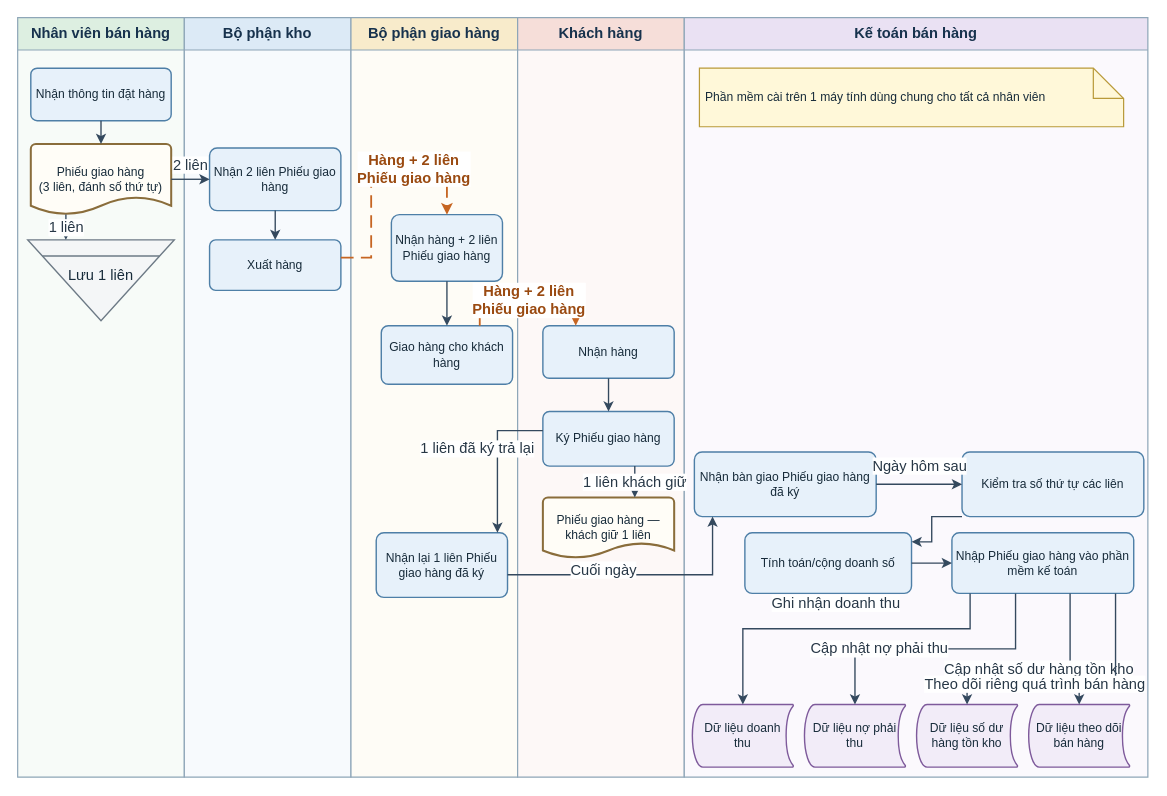
This is assets/drawio/11_sales_flow.drawio from saigonbaddielover/thtrang, a draw.io file, before an edit. Source tidied: cells renumbered, new cells numbered last; positions are measured from the earlier drawing's top-left corner, leaving out a move shared by most shapes. Both pictures are drawn from the tidied source at 101%, with x=0, y=0 at pixel (17, 17).
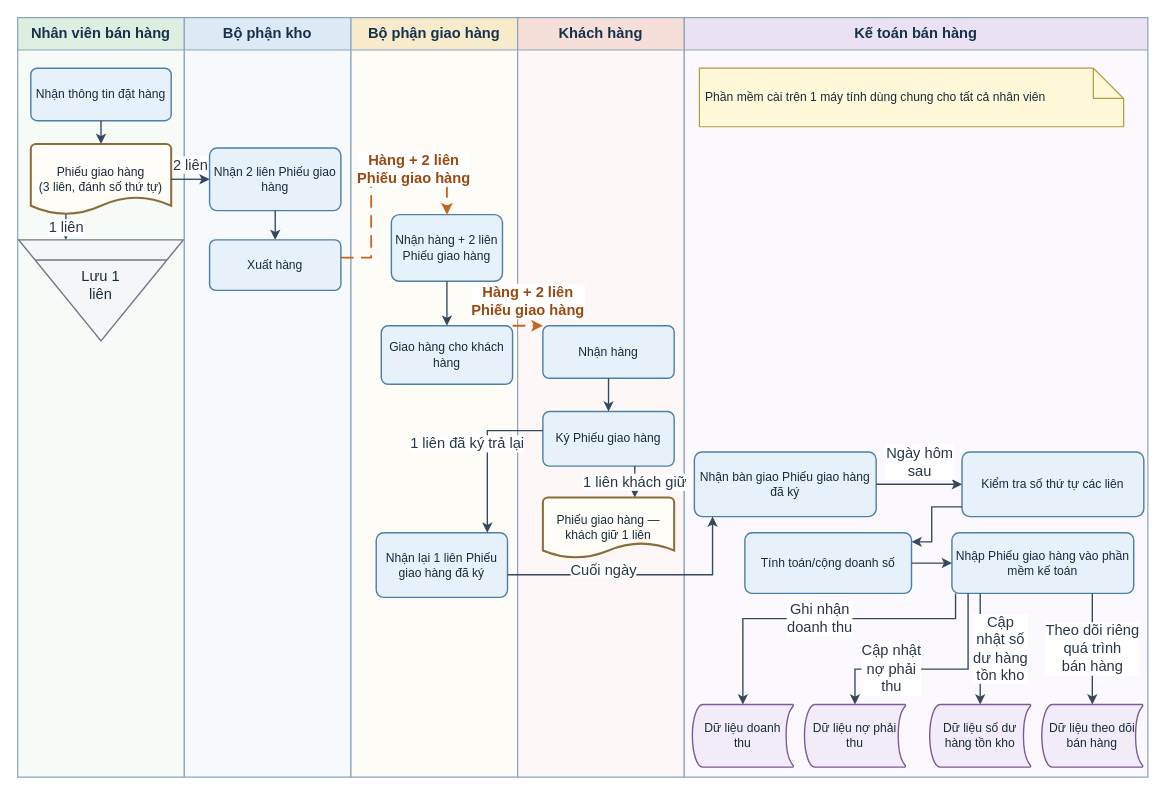
After the change.

Commit message (it also covers changes not shown here):
fix(drawio): simplify sales flow routing

The change refers to these unchanged cells:
```xml
<mxCell id="2" value="Nhân viên bán hàng" style="swimlane;horizontal=1;startSize=32;html=1;whiteSpace=wrap;fontFamily=Arial;fontSize=14.5;fontStyle=1;fontColor=#17324D;align=center;verticalAlign=middle;rounded=0;fillColor=#DDEFE1;swimlaneFillColor=#F7FBF8;strokeColor=#8EA6B8;strokeWidth=1.2;" parent="1" vertex="1">
  <mxGeometry width="165" height="752" as="geometry" />
</mxCell>
<mxCell id="6" value="Kế toán bán hàng" style="swimlane;horizontal=1;startSize=32;html=1;whiteSpace=wrap;fontFamily=Arial;fontSize=14.5;fontStyle=1;fontColor=#17324D;align=center;verticalAlign=middle;rounded=0;fillColor=#EAE1F3;swimlaneFillColor=#FBF9FD;strokeColor=#8EA6B8;strokeWidth=1.2;" parent="1" vertex="1">
  <mxGeometry x="660" width="459" height="752" as="geometry" />
</mxCell>
<mxCell id="8" value="Phiếu giao hàng&lt;br&gt;(3 liên, đánh số thứ tự)" style="shape=mxgraph.flowchart.document2;size=0.25;html=1;whiteSpace=wrap;fontFamily=Arial;align=center;verticalAlign=middle;fontColor=#172B3A; fontSize=14.5;spacing=4;fillColor=#FFFDF7;strokeColor=#8A6D3B;strokeWidth=2;" parent="2" vertex="1">
  <mxGeometry x="13" y="125" width="139" height="70" as="geometry" />
</mxCell>
<mxCell id="13" value="Giao hàng cho khách hàng" style="rounded=1;arcSize=12;html=1;whiteSpace=wrap;fontFamily=Arial;align=center;verticalAlign=middle;fontColor=#172B3A; fontSize=14.5;spacing=5;fillColor=#E7F1FA;strokeColor=#4E7FA7;strokeWidth=1.4;" parent="4" vertex="1">
  <mxGeometry x="30" y="305" width="130" height="58" as="geometry" />
</mxCell>
<mxCell id="14" value="Nhận lại 1 liên Phiếu giao hàng đã ký" style="rounded=1;arcSize=12;html=1;whiteSpace=wrap;fontFamily=Arial;align=center;verticalAlign=middle;fontColor=#172B3A; fontSize=14.5;spacing=5;fillColor=#E7F1FA;strokeColor=#4E7FA7;strokeWidth=1.4;" parent="4" vertex="1">
  <mxGeometry x="25" y="510" width="130" height="64" as="geometry" />
</mxCell>
<mxCell id="15" value="Nhận hàng" style="rounded=1;arcSize=12;html=1;whiteSpace=wrap;fontFamily=Arial;align=center;verticalAlign=middle;fontColor=#172B3A; fontSize=14.5;spacing=5;fillColor=#E7F1FA;strokeColor=#4E7FA7;strokeWidth=1.4;" parent="5" vertex="1">
  <mxGeometry x="25" y="305" width="130" height="52" as="geometry" />
</mxCell>
<mxCell id="16" value="Ký Phiếu giao hàng" style="rounded=1;arcSize=12;html=1;whiteSpace=wrap;fontFamily=Arial;align=center;verticalAlign=middle;fontColor=#172B3A; fontSize=14.5;spacing=5;fillColor=#E7F1FA;strokeColor=#4E7FA7;strokeWidth=1.4;" parent="5" vertex="1">
  <mxGeometry x="25" y="390" width="130" height="54" as="geometry" />
</mxCell>
<mxCell id="18" value="Nhận bàn giao Phiếu giao hàng đã ký" style="rounded=1;arcSize=12;html=1;whiteSpace=wrap;fontFamily=Arial;align=center;verticalAlign=middle;fontColor=#172B3A; fontSize=14.5;spacing=5;fillColor=#E7F1FA;strokeColor=#4E7FA7;strokeWidth=1.4;" parent="6" vertex="1">
  <mxGeometry x="10" y="430" width="180" height="64" as="geometry" />
</mxCell>
<mxCell id="19" value="Kiểm tra số thứ tự các liên" style="rounded=1;arcSize=12;html=1;whiteSpace=wrap;fontFamily=Arial;align=center;verticalAlign=middle;fontColor=#172B3A; fontSize=14.5;spacing=5;fillColor=#E7F1FA;strokeColor=#4E7FA7;strokeWidth=1.4;" parent="6" vertex="1">
  <mxGeometry x="275" y="430" width="180" height="64" as="geometry" />
</mxCell>
<mxCell id="20" value="Tính toán/cộng doanh số" style="rounded=1;arcSize=12;html=1;whiteSpace=wrap;fontFamily=Arial;align=center;verticalAlign=middle;fontColor=#172B3A; fontSize=14.5;spacing=5;fillColor=#E7F1FA;strokeColor=#4E7FA7;strokeWidth=1.4;" parent="6" vertex="1">
  <mxGeometry x="60" y="510" width="165" height="60" as="geometry" />
</mxCell>
<mxCell id="21" value="Nhập Phiếu giao hàng vào phần mềm kế toán" style="rounded=1;arcSize=12;html=1;whiteSpace=wrap;fontFamily=Arial;align=center;verticalAlign=middle;fontColor=#172B3A; fontSize=14.5;spacing=5;fillColor=#E7F1FA;strokeColor=#4E7FA7;strokeWidth=1.4;" parent="6" vertex="1">
  <mxGeometry x="265" y="510" width="180" height="60" as="geometry" />
</mxCell>
<mxCell id="22" value="Dữ liệu doanh thu" style="shape=mxgraph.flowchart.stored_data;html=1;whiteSpace=wrap;fontFamily=Arial;align=center;verticalAlign=middle;fontColor=#172B3A; fontSize=14.5;spacing=4;fillColor=#F2ECF8;strokeColor=#7E5A9B;strokeWidth=1.4;" parent="6" vertex="1">
  <mxGeometry x="8" y="680" width="100" height="62" as="geometry" />
</mxCell>
<mxCell id="23" value="Dữ liệu nợ phải thu" style="shape=mxgraph.flowchart.stored_data;html=1;whiteSpace=wrap;fontFamily=Arial;align=center;verticalAlign=middle;fontColor=#172B3A; fontSize=14.5;spacing=4;fillColor=#F2ECF8;strokeColor=#7E5A9B;strokeWidth=1.4;" parent="6" vertex="1">
  <mxGeometry x="119" y="680" width="100" height="62" as="geometry" />
</mxCell>
```

Change to the diagram source:
```diff
@@
-    <mxCell id="9" value="Lưu 1 liên" style="shape=mxgraph.dfd.archive;html=1;whiteSpace=wrap;fontFamily=Arial;align=center;verticalLabelPosition=middle;verticalAlign=middle;fontColor=#172B3A;fontSize=14.5;spacing=4;spacingBottom=10;fillColor=#F4F6F7;strokeColor=#6D7A86;strokeWidth=1.4;" parent="2" vertex="1">
-      <mxGeometry x="10" y="220" width="145" height="80" as="geometry" />
+    <mxCell id="9" value="Lưu 1&lt;br&gt;liên" style="shape=mxgraph.dfd.archive;html=1;whiteSpace=wrap;fontFamily=Arial;align=center;verticalLabelPosition=middle;verticalAlign=middle;fontColor=#172B3A;fontSize=14.5;spacing=4;spacingBottom=10;fillColor=#F4F6F7;strokeColor=#6D7A86;strokeWidth=1.4;" parent="2" vertex="1">
+      <mxGeometry x="1" y="220" width="163" height="100" as="geometry" />
     </mxCell>
@@
     <mxCell id="24" value="Dữ liệu số dư hàng tồn kho" style="shape=mxgraph.flowchart.stored_data;html=1;whiteSpace=wrap;fontFamily=Arial;align=center;verticalAlign=middle;fontColor=#172B3A; fontSize=14.5;spacing=4;fillColor=#F2ECF8;strokeColor=#7E5A9B;strokeWidth=1.4;" parent="6" vertex="1">
-      <mxGeometry x="230" y="680" width="100" height="62" as="geometry" />
+      <mxGeometry x="243" y="680" width="100" height="62" as="geometry" />
     </mxCell>
     <mxCell id="25" value="Dữ liệu theo dõi bán hàng" style="shape=mxgraph.flowchart.stored_data;html=1;whiteSpace=wrap;fontFamily=Arial;align=center;verticalAlign=middle;fontColor=#172B3A; fontSize=14.5;spacing=4;fillColor=#F2ECF8;strokeColor=#7E5A9B;strokeWidth=1.4;" parent="6" vertex="1">
-      <mxGeometry x="341" y="680" width="100" height="62" as="geometry" />
+      <mxGeometry x="354" y="680" width="100" height="62" as="geometry" />
     </mxCell>
@@
-    <mxCell id="28" value="1 liên" style="edgeStyle=orthogonalEdgeStyle;rounded=0;jettySize=auto;html=1;fontFamily=Arial;fontSize=14.5;fontColor=#273746;labelBackgroundColor=#FFFFFF;strokeColor=#34495E;strokeWidth=1.35;endArrow=classic;endFill=1;exitX=0.25;exitY=1;entryX=0.2603448276;entryY=0;" parent="1" edge="1" source="8" target="9">
+    <mxCell id="28" value="1 liên" style="edgeStyle=orthogonalEdgeStyle;rounded=0;jettySize=auto;html=1;fontFamily=Arial;fontSize=14.5;fontColor=#273746;labelBackgroundColor=#FFFFFF;strokeColor=#34495E;strokeWidth=1.35;endArrow=classic;endFill=1;exitX=0.25;exitY=1;entryX=0.2868098;entryY=0;" parent="1" edge="1" source="8" target="9">
       <mxGeometry relative="1" as="geometry" />
     </mxCell>
@@
-    <mxCell id="33" value="Hàng + 2 liên&lt;br&gt;Phiếu giao hàng" style="edgeStyle=orthogonalEdgeStyle;rounded=0;jettySize=auto;html=1;fontFamily=Arial;fontSize=14.5;fontStyle=1;fontColor=#9A4A11;labelBackgroundColor=#FFFFFF;strokeColor=#C66522;strokeWidth=1.8;dashed=1;dashPattern=7 4;endArrow=classic;endFill=1;exitX=0.75;exitY=0;entryX=0.25;entryY=0;" parent="1" edge="1" source="13" target="15">
+    <mxCell id="33" value="Hàng + 2 liên&lt;br&gt;Phiếu giao hàng" style="edgeStyle=orthogonalEdgeStyle;rounded=0;jettySize=auto;html=1;fontFamily=Arial;fontSize=14.5;fontStyle=1;fontColor=#9A4A11;labelBackgroundColor=#FFFFFF;strokeColor=#C66522;strokeWidth=1.8;dashed=1;dashPattern=7 4;endArrow=classic;endFill=1;exitX=1;exitY=0;entryX=0;entryY=0;" parent="1" edge="1" source="13" target="15">
       <mxGeometry relative="1" as="geometry">
-        <Array as="points">
-          <mxPoint x="457.5" y="280" />
-          <mxPoint x="552.5" y="280" />
-        </Array>
+        <mxPoint y="-24" as="offset" />
       </mxGeometry>
     </mxCell>
@@
-    <mxCell id="36" value="1 liên đã ký trả lại" style="edgeStyle=orthogonalEdgeStyle;rounded=0;jettySize=auto;html=1;fontFamily=Arial;fontSize=14.5;fontColor=#273746;labelBackgroundColor=#FFFFFF;strokeColor=#34495E;strokeWidth=1.35;endArrow=classic;endFill=1;exitX=0;exitY=0.35;entryX=0.9230769;entryY=0;" parent="1" edge="1" source="16" target="14">
+    <mxCell id="36" value="1 liên đã ký trả lại" style="edgeStyle=orthogonalEdgeStyle;rounded=0;jettySize=auto;html=1;fontFamily=Arial;fontSize=14.5;fontColor=#273746;labelBackgroundColor=#FFFFFF;strokeColor=#34495E;strokeWidth=1.35;endArrow=classic;endFill=1;exitX=0;exitY=0.35;entryX=0.8461538;entryY=0;" parent="1" edge="1" source="16" target="14">
       <mxGeometry relative="1" as="geometry">
         <Array as="points">
-          <mxPoint x="475" y="408.9" />
-          <mxPoint x="475" y="475" />
+          <mxPoint x="465" y="408.9" />
+          <mxPoint x="465" y="475" />
         </Array>
         <mxPoint x="-20" y="-10" as="offset" />
       </mxGeometry>
     </mxCell>
@@
-    <mxCell id="38" value="Ngày hôm sau" style="edgeStyle=orthogonalEdgeStyle;rounded=0;jettySize=auto;html=1;fontFamily=Arial;fontSize=14.5;fontColor=#273746;labelBackgroundColor=#FFFFFF;strokeColor=#34495E;strokeWidth=1.35;endArrow=classic;endFill=1;exitX=1;exitY=0.5;entryX=0;entryY=0.5;" parent="1" edge="1" source="18" target="19">
+    <mxCell id="38" value="Ngày hôm&lt;br&gt;sau" style="edgeStyle=orthogonalEdgeStyle;rounded=0;jettySize=auto;html=1;fontFamily=Arial;fontSize=14.5;fontColor=#273746;labelBackgroundColor=#FFFFFF;strokeColor=#34495E;strokeWidth=1.35;endArrow=classic;endFill=1;exitX=1;exitY=0.5;entryX=0;entryY=0.5;" parent="1" edge="1" source="18" target="19">
       <mxGeometry relative="1" as="geometry">
-        <mxPoint y="-18" as="offset" />
+        <mxPoint y="-22" as="offset" />
       </mxGeometry>
     </mxCell>
-    <mxCell id="39" style="edgeStyle=orthogonalEdgeStyle;rounded=0;jettySize=auto;html=1;fontFamily=Arial;fontSize=14.5;fontColor=#273746;labelBackgroundColor=#FFFFFF;strokeColor=#34495E;strokeWidth=1.35;endArrow=classic;endFill=1;exitX=0;exitY=1;entryX=1;entryY=0.15;" parent="1" edge="1" source="19" target="20">
+    <mxCell id="39" style="edgeStyle=orthogonalEdgeStyle;rounded=0;jettySize=auto;html=1;fontFamily=Arial;fontSize=14.5;fontColor=#273746;labelBackgroundColor=#FFFFFF;strokeColor=#34495E;strokeWidth=1.35;endArrow=classic;endFill=1;exitX=0;exitY=0.85;entryX=1;entryY=0.15;" parent="1" edge="1" source="19" target="20">
       <mxGeometry relative="1" as="geometry">
         <Array as="points">
           <mxPoint x="905" y="519" />
         </Array>
       </mxGeometry>
     </mxCell>
@@
-    <mxCell id="41" value="Ghi nhận doanh thu" style="edgeStyle=orthogonalEdgeStyle;rounded=0;jettySize=auto;html=1;fontFamily=Arial;fontSize=14.5;fontColor=#273746;labelBackgroundColor=#FFFFFF;strokeColor=#34495E;strokeWidth=1.35;endArrow=classic;endFill=1;exitX=0.1;exitY=1;entryX=0.5;entryY=0;" parent="1" edge="1" source="21" target="22">
+    <mxCell id="41" value="Ghi nhận&lt;br&gt;doanh thu" style="edgeStyle=orthogonalEdgeStyle;rounded=0;jettySize=auto;html=1;fontFamily=Arial;fontSize=14.5;fontColor=#273746;labelBackgroundColor=#FFFFFF;strokeColor=#34495E;strokeWidth=1.35;endArrow=classic;endFill=1;exitX=0.02;exitY=1;entryX=0.5;entryY=0;" parent="1" edge="1" source="21" target="22">
       <mxGeometry relative="1" as="geometry">
         <Array as="points">
-          <mxPoint x="943" y="605" />
-          <mxPoint x="718" y="605" />
+          <mxPoint x="928.6" y="595" />
+          <mxPoint x="718" y="595" />
         </Array>
-        <mxPoint y="-25" as="offset" />
       </mxGeometry>
     </mxCell>
-    <mxCell id="42" value="Cập nhật nợ phải thu" style="edgeStyle=orthogonalEdgeStyle;rounded=0;jettySize=auto;html=1;fontFamily=Arial;fontSize=14.5;fontColor=#273746;labelBackgroundColor=#FFFFFF;strokeColor=#34495E;strokeWidth=1.35;endArrow=classic;endFill=1;exitX=0.35;exitY=1;entryX=0.5;entryY=0;" parent="1" edge="1" source="21" target="23">
+    <mxCell id="42" value="Cập nhật&lt;br&gt;nợ phải&lt;br&gt;thu" style="edgeStyle=orthogonalEdgeStyle;rounded=0;jettySize=auto;html=1;fontFamily=Arial;fontSize=14.5;fontColor=#273746;labelBackgroundColor=#FFFFFF;strokeColor=#34495E;strokeWidth=1.35;endArrow=classic;endFill=1;exitX=0.0888889;exitY=1;entryX=0.5;entryY=0;" parent="1" edge="1" source="21" target="23">
       <mxGeometry relative="1" as="geometry">
         <Array as="points">
-          <mxPoint x="988" y="625" />
-          <mxPoint x="829" y="625" />
+          <mxPoint x="941" y="645" />
+          <mxPoint x="829" y="645" />
         </Array>
-        <mxPoint x="-55" as="offset" />
+        <mxPoint x="-40" as="offset" />
       </mxGeometry>
     </mxCell>
-    <mxCell id="43" value="Cập nhật số dư hàng tồn kho" style="edgeStyle=orthogonalEdgeStyle;rounded=0;jettySize=auto;html=1;fontFamily=Arial;fontSize=14.5;fontColor=#273746;labelBackgroundColor=#FFFFFF;strokeColor=#34495E;strokeWidth=1.35;endArrow=classic;endFill=1;exitX=0.65;exitY=1;entryX=0.5;entryY=0;" parent="1" edge="1" source="21" target="24">
+    <mxCell id="43" value="Cập&lt;br&gt;nhật số&lt;br&gt;dư hàng&lt;br&gt;tồn kho" style="edgeStyle=orthogonalEdgeStyle;rounded=0;jettySize=auto;html=1;fontFamily=Arial;fontSize=14.5;fontColor=#273746;labelBackgroundColor=#FFFFFF;strokeColor=#34495E;strokeWidth=1.35;endArrow=classic;endFill=1;exitX=0.1555556;exitY=1;entryX=0.5;entryY=0;" parent="1" edge="1" source="21" target="24">
       <mxGeometry relative="1" as="geometry">
-        <Array as="points">
-          <mxPoint x="1042" y="645" />
-          <mxPoint x="940" y="645" />
-        </Array>
+        <mxPoint x="20" as="offset" />
       </mxGeometry>
     </mxCell>
-    <mxCell id="44" value="Theo dõi riêng quá trình bán hàng" style="edgeStyle=orthogonalEdgeStyle;rounded=0;jettySize=auto;html=1;fontFamily=Arial;fontSize=14.5;fontColor=#273746;labelBackgroundColor=#FFFFFF;strokeColor=#34495E;strokeWidth=1.35;endArrow=classic;endFill=1;exitX=0.9;exitY=1;entryX=0.5;entryY=0;" parent="1" edge="1" source="21" target="25">
-      <mxGeometry relative="1" as="geometry">
-        <Array as="points">
-          <mxPoint x="1087" y="655" />
-          <mxPoint x="1051" y="655" />
-        </Array>
-        <mxPoint x="-80" y="17" as="offset" />
-      </mxGeometry>
+    <mxCell id="44" value="Theo dõi riêng&lt;br&gt;quá trình&lt;br&gt;bán hàng" style="edgeStyle=orthogonalEdgeStyle;rounded=0;jettySize=auto;html=1;fontFamily=Arial;fontSize=14.5;fontColor=#273746;labelBackgroundColor=#FFFFFF;strokeColor=#34495E;strokeWidth=1.35;endArrow=classic;endFill=1;exitX=0.7722222;exitY=1;entryX=0.5;entryY=0;" parent="1" edge="1" source="21" target="25">
+      <mxGeometry relative="1" as="geometry" />
     </mxCell>
```
